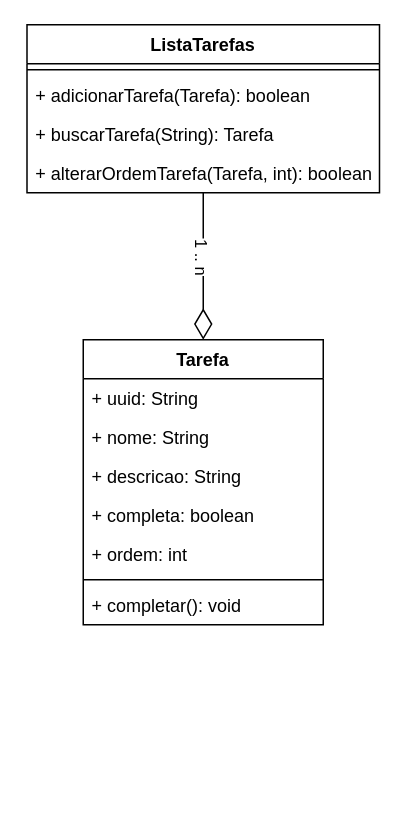
Above: page "Page-4" (4 of 4) of diagramas.drawio in hannaBanannaOF/entra21-git-inicio (draw.io), before the change. Source tidied: cells renumbered, new cells numbered last; positions are measured from the earlier drawing's top-left corner, leaving out a move shared by most shapes. Both pictures are drawn from the tidied source at 150%, with x=0, y=0 at pixel (26, 24).
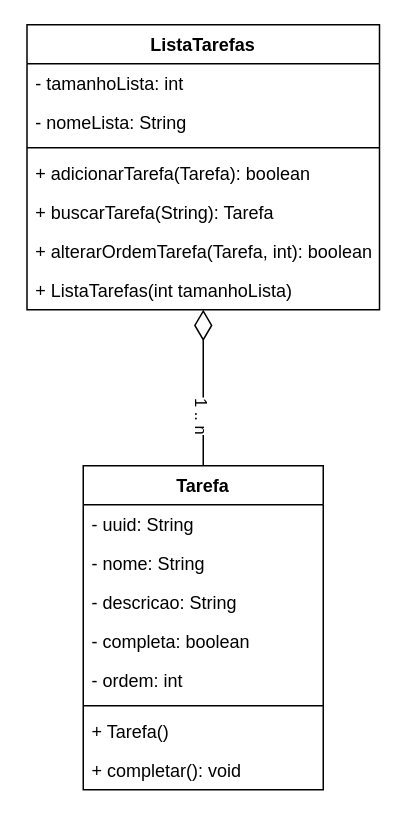
Above is the later version.

The edit, as a diff of the source:
```diff
@@
     <mxCell id="2" value="Tarefa" style="swimlane;fontStyle=1;align=center;verticalAlign=top;horizontal=1;startSize=26;" parent="1" vertex="1">
-      <mxGeometry x="38" y="210" width="160" height="190" as="geometry" />
+      <mxGeometry x="38" y="294" width="160" height="216" as="geometry" />
     </mxCell>
-    <mxCell id="3" value="+ uuid: String" style="text;strokeColor=none;fillColor=none;align=left;verticalAlign=top;spacingLeft=4;spacingRight=4;overflow=hidden;" parent="2" vertex="1">
+    <mxCell id="3" value="- uuid: String" style="text;strokeColor=none;fillColor=none;align=left;verticalAlign=top;spacingLeft=4;spacingRight=4;overflow=hidden;" parent="2" vertex="1">
       <mxGeometry y="26" width="160" height="26" as="geometry" />
     </mxCell>
-    <mxCell id="4" value="+ nome: String" style="text;strokeColor=none;fillColor=none;align=left;verticalAlign=top;spacingLeft=4;spacingRight=4;overflow=hidden;" parent="2" vertex="1">
+    <mxCell id="4" value="- nome: String" style="text;strokeColor=none;fillColor=none;align=left;verticalAlign=top;spacingLeft=4;spacingRight=4;overflow=hidden;" parent="2" vertex="1">
       <mxGeometry y="52" width="160" height="26" as="geometry" />
     </mxCell>
-    <mxCell id="5" value="+ descricao: String" style="text;strokeColor=none;fillColor=none;align=left;verticalAlign=top;spacingLeft=4;spacingRight=4;overflow=hidden;" parent="2" vertex="1">
+    <mxCell id="5" value="- descricao: String" style="text;strokeColor=none;fillColor=none;align=left;verticalAlign=top;spacingLeft=4;spacingRight=4;overflow=hidden;" parent="2" vertex="1">
       <mxGeometry y="78" width="160" height="26" as="geometry" />
     </mxCell>
-    <mxCell id="6" value="+ completa: boolean" style="text;strokeColor=none;fillColor=none;align=left;verticalAlign=top;spacingLeft=4;spacingRight=4;overflow=hidden;" parent="2" vertex="1">
+    <mxCell id="6" value="- completa: boolean" style="text;strokeColor=none;fillColor=none;align=left;verticalAlign=top;spacingLeft=4;spacingRight=4;overflow=hidden;" parent="2" vertex="1">
       <mxGeometry y="104" width="160" height="26" as="geometry" />
     </mxCell>
-    <mxCell id="7" value="+ ordem: int" style="text;strokeColor=none;fillColor=none;align=left;verticalAlign=top;spacingLeft=4;spacingRight=4;overflow=hidden;" parent="2" vertex="1">
+    <mxCell id="7" value="- ordem: int" style="text;strokeColor=none;fillColor=none;align=left;verticalAlign=top;spacingLeft=4;spacingRight=4;overflow=hidden;" parent="2" vertex="1">
       <mxGeometry y="130" width="160" height="26" as="geometry" />
     </mxCell>
@@
+    <mxCell id="17" value="+ Tarefa()" style="text;strokeColor=none;fillColor=none;align=left;verticalAlign=top;spacingLeft=4;spacingRight=4;overflow=hidden;" parent="2" vertex="1">
+      <mxGeometry y="164" width="160" height="26" as="geometry" />
+    </mxCell>
     <mxCell id="9" value="+ completar(): void" style="text;strokeColor=none;fillColor=none;align=left;verticalAlign=top;spacingLeft=4;spacingRight=4;overflow=hidden;" parent="2" vertex="1">
-      <mxGeometry y="164" width="160" height="26" as="geometry" />
+      <mxGeometry y="190" width="160" height="26" as="geometry" />
     </mxCell>
-    <mxCell id="10" style="edgeStyle=orthogonalEdgeStyle;rounded=0;jettySize=auto;html=1;exitX=0.5;exitY=1;exitDx=0;exitDy=0;entryX=0.5;entryY=0;entryDx=0;entryDy=0;endArrow=diamondThin;endFill=0;endSize=18;" parent="1" edge="1" source="12" target="2">
+    <mxCell id="10" style="edgeStyle=orthogonalEdgeStyle;rounded=0;jettySize=auto;html=1;exitX=0.5;exitY=1;exitDx=0;exitDy=0;entryX=0.5;entryY=0;entryDx=0;entryDy=0;endArrow=none;endFill=0;endSize=18;startArrow=diamondThin;startFill=0;startSize=18;" parent="1" edge="1" source="12" target="2">
       <mxGeometry relative="1" as="geometry" />
     </mxCell>
     <mxCell id="11" value="1 .. n" style="edgeLabel;html=1;align=center;verticalAlign=middle;rotation=90;" parent="10" vertex="1">
       <mxGeometry x="0.21" y="5" relative="1" as="geometry">
-        <mxPoint x="-5" y="-17" as="offset" />
+        <mxPoint x="-5" y="7" as="offset" />
       </mxGeometry>
     </mxCell>
     <mxCell id="12" value="ListaTarefas" style="swimlane;fontStyle=1;align=center;verticalAlign=top;horizontal=1;startSize=26;" parent="1" vertex="1">
-      <mxGeometry x="0.5" width="235" height="112" as="geometry" />
+      <mxGeometry x="0.5" width="235" height="190" as="geometry" />
     </mxCell>
+    <mxCell id="18" value="- tamanhoLista: int" style="text;strokeColor=none;fillColor=none;align=left;verticalAlign=top;spacingLeft=4;spacingRight=4;overflow=hidden;" parent="12" vertex="1">
+      <mxGeometry y="26" width="235" height="26" as="geometry" />
+    </mxCell>
+    <mxCell id="19" value="- nomeLista: String" style="text;strokeColor=none;fillColor=none;align=left;verticalAlign=top;spacingLeft=4;spacingRight=4;overflow=hidden;" parent="12" vertex="1">
+      <mxGeometry y="52" width="235" height="26" as="geometry" />
+    </mxCell>
     <mxCell id="13" style="line;strokeWidth=1;fillColor=none;align=left;verticalAlign=middle;spacingTop=-1;spacingLeft=3;spacingRight=3;labelPosition=right;" parent="12" vertex="1">
-      <mxGeometry y="26" width="235" height="8" as="geometry" />
+      <mxGeometry y="78" width="235" height="8" as="geometry" />
     </mxCell>
     <mxCell id="14" value="+ adicionarTarefa(Tarefa): boolean" style="text;strokeColor=none;fillColor=none;align=left;verticalAlign=top;spacingLeft=4;spacingRight=4;overflow=hidden;" parent="12" vertex="1">
-      <mxGeometry y="34" width="235" height="26" as="geometry" />
+      <mxGeometry y="86" width="235" height="26" as="geometry" />
     </mxCell>
     <mxCell id="15" value="+ buscarTarefa(String): Tarefa" style="text;strokeColor=none;fillColor=none;align=left;verticalAlign=top;spacingLeft=4;spacingRight=4;overflow=hidden;" parent="12" vertex="1">
-      <mxGeometry y="60" width="235" height="26" as="geometry" />
+      <mxGeometry y="112" width="235" height="26" as="geometry" />
     </mxCell>
     <mxCell id="16" value="+ alterarOrdemTarefa(Tarefa, int): boolean" style="text;strokeColor=none;fillColor=none;align=left;verticalAlign=top;spacingLeft=4;spacingRight=4;overflow=hidden;" parent="12" vertex="1">
-      <mxGeometry y="86" width="235" height="26" as="geometry" />
+      <mxGeometry y="138" width="235" height="26" as="geometry" />
     </mxCell>
+    <mxCell id="20" value="+ ListaTarefas(int tamanhoLista)" style="text;strokeColor=none;fillColor=none;align=left;verticalAlign=top;spacingLeft=4;spacingRight=4;overflow=hidden;" parent="12" vertex="1">
+      <mxGeometry y="164" width="235" height="26" as="geometry" />
+    </mxCell>
```
